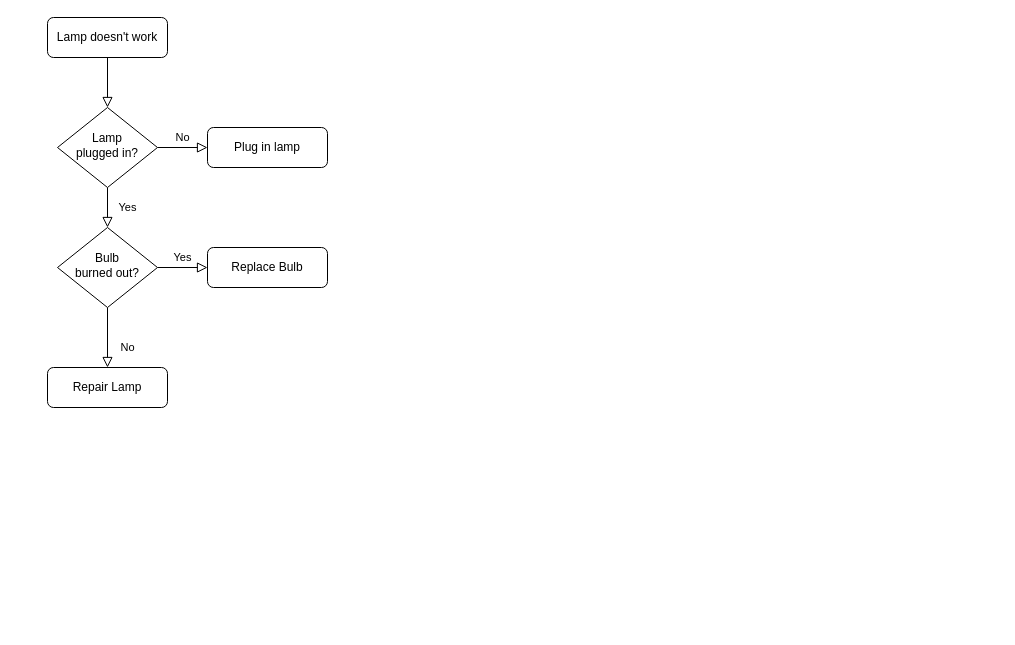
Earlier version of the draw.io diagram Donation flowchart.drawio (Nzioka6350/cancer-patients-donation). Source tidied: cells renumbered, new cells numbered last; positions are measured from the earlier drawing's top-left corner, leaving out a move shared by most shapes. Both pictures are drawn from the tidied source at 100%, with x=0, y=0 at pixel (47, 17).
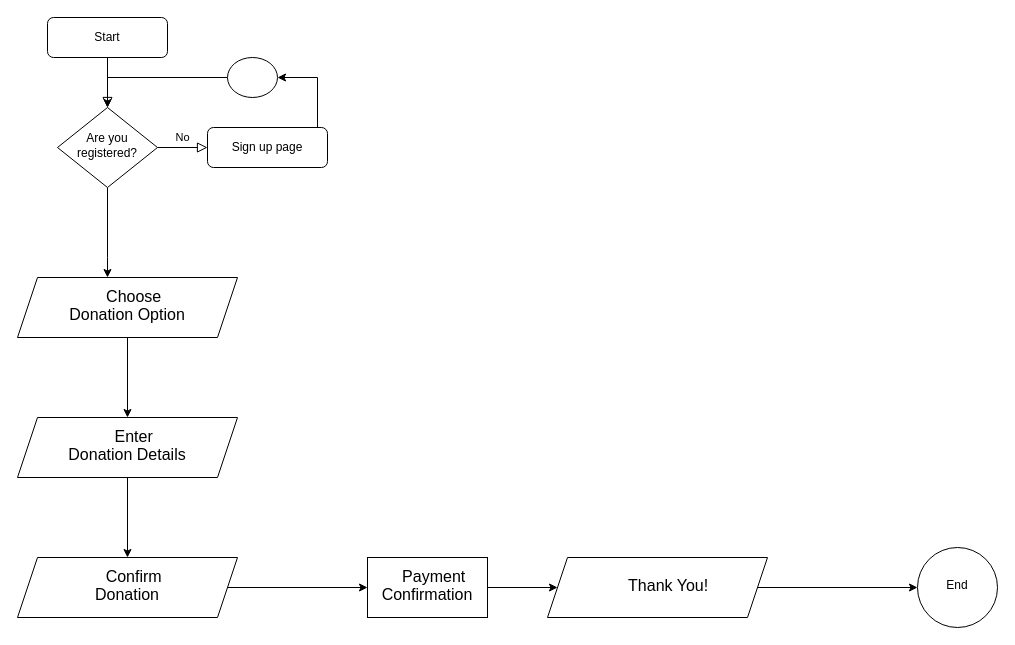
After the change.

Change to the diagram source:
```diff
@@
-    <mxCell id="3" value="Lamp doesn't work" style="rounded=1;whiteSpace=wrap;html=1;fontSize=12;glass=0;strokeWidth=1;shadow=0;" parent="1" vertex="1">
+    <mxCell id="3" value="Start" style="rounded=1;whiteSpace=wrap;html=1;fontSize=12;glass=0;strokeWidth=1;shadow=0;" parent="1" vertex="1">
       <mxGeometry width="120" height="40" as="geometry" />
     </mxCell>
-    <mxCell id="4" value="Yes" style="rounded=0;html=1;jettySize=auto;fontSize=11;endArrow=block;endFill=0;endSize=8;strokeWidth=1;shadow=0;labelBackgroundColor=none;edgeStyle=orthogonalEdgeStyle;" parent="1" edge="1" source="6" target="10">
-      <mxGeometry y="20" relative="1" as="geometry" />
-    </mxCell>
@@
+    <mxCell id="13" style="edgeStyle=orthogonalEdgeStyle;rounded=0;jettySize=auto;html=1;" parent="1" edge="1" source="6" target="18">
+      <mxGeometry relative="1" as="geometry">
+        <Array as="points">
+          <mxPoint x="60" y="240" />
+          <mxPoint x="60" y="240" />
+        </Array>
+      </mxGeometry>
+    </mxCell>
-    <mxCell id="6" value="Lamp&lt;br&gt;plugged in?" style="rhombus;whiteSpace=wrap;html=1;shadow=0;fontFamily=Helvetica;fontSize=12;align=center;strokeWidth=1;spacing=6;spacingTop=-4;" parent="1" vertex="1">
+    <mxCell id="6" value="Are you registered?" style="rhombus;whiteSpace=wrap;html=1;shadow=0;fontFamily=Helvetica;fontSize=12;align=center;strokeWidth=1;spacing=6;spacingTop=-4;" parent="1" vertex="1">
       <mxGeometry x="10" y="90" width="100" height="80" as="geometry" />
     </mxCell>
+    <mxCell id="14" style="edgeStyle=orthogonalEdgeStyle;rounded=0;jettySize=auto;html=1;entryX=1;entryY=0.5;entryDx=0;entryDy=0;" parent="1" edge="1" source="7" target="16">
+      <mxGeometry relative="1" as="geometry">
+        <Array as="points">
+          <mxPoint x="270" y="60" />
+        </Array>
+      </mxGeometry>
+    </mxCell>
-    <mxCell id="7" value="Plug in lamp" style="rounded=1;whiteSpace=wrap;html=1;fontSize=12;glass=0;strokeWidth=1;shadow=0;" parent="1" vertex="1">
+    <mxCell id="7" value="Sign up page" style="rounded=1;whiteSpace=wrap;html=1;fontSize=12;glass=0;strokeWidth=1;shadow=0;" parent="1" vertex="1">
       <mxGeometry x="160" y="110" width="120" height="40" as="geometry" />
     </mxCell>
-    <mxCell id="8" value="No" style="rounded=0;html=1;jettySize=auto;fontSize=11;endArrow=block;endFill=0;endSize=8;strokeWidth=1;shadow=0;labelBackgroundColor=none;edgeStyle=orthogonalEdgeStyle;" parent="1" edge="1" source="10" target="11">
-      <mxGeometry x="0.33" y="20" relative="1" as="geometry" />
-    </mxCell>
-    <mxCell id="9" value="Yes" style="edgeStyle=orthogonalEdgeStyle;rounded=0;html=1;jettySize=auto;fontSize=11;endArrow=block;endFill=0;endSize=8;strokeWidth=1;shadow=0;labelBackgroundColor=none;" parent="1" edge="1" source="10" target="12">
-      <mxGeometry y="10" relative="1" as="geometry" />
-    </mxCell>
-    <mxCell id="10" value="Bulb&lt;br&gt;burned out?" style="rhombus;whiteSpace=wrap;html=1;shadow=0;fontFamily=Helvetica;fontSize=12;align=center;strokeWidth=1;spacing=6;spacingTop=-4;" parent="1" vertex="1">
-      <mxGeometry x="10" y="210" width="100" height="80" as="geometry" />
-    </mxCell>
-    <mxCell id="11" value="Repair Lamp" style="rounded=1;whiteSpace=wrap;html=1;fontSize=12;glass=0;strokeWidth=1;shadow=0;" parent="1" vertex="1">
-      <mxGeometry y="350" width="120" height="40" as="geometry" />
-    </mxCell>
-    <mxCell id="12" value="Replace Bulb" style="rounded=1;whiteSpace=wrap;html=1;fontSize=12;glass=0;strokeWidth=1;shadow=0;" parent="1" vertex="1">
-      <mxGeometry x="160" y="230" width="120" height="40" as="geometry" />
-    </mxCell>
+    <mxCell id="15" style="edgeStyle=orthogonalEdgeStyle;rounded=0;jettySize=auto;html=1;" parent="1" edge="1" source="16" target="6">
+      <mxGeometry relative="1" as="geometry" />
+    </mxCell>
+    <mxCell id="16" style="ellipse;whiteSpace=wrap;html=1;rounded=1;glass=0;strokeWidth=1;shadow=0;" parent="1" vertex="1">
+      <mxGeometry x="180" y="40" width="50" height="40" as="geometry" />
+    </mxCell>
+    <mxCell id="17" style="edgeStyle=orthogonalEdgeStyle;rounded=0;jettySize=auto;html=1;" parent="1" edge="1" source="18" target="20">
+      <mxGeometry relative="1" as="geometry" />
+    </mxCell>
+    <mxCell id="18" value="&lt;p class=&quot;MsoNormal&quot;&gt;&lt;span style=&quot;font-size:12.0pt;line-height:107%;font-family:&lt;br/&gt;&amp;quot;Times New Roman&amp;quot;,serif&quot;&gt;&amp;nbsp; &amp;nbsp;Choose&lt;br/&gt;Donation Option&lt;/span&gt;&lt;/p&gt;" style="shape=parallelogram;perimeter=parallelogramPerimeter;whiteSpace=wrap;html=1;fixedSize=1;shadow=0;strokeWidth=1;spacing=6;spacingTop=-4;" parent="1" vertex="1">
+      <mxGeometry x="-30" y="260" width="220" height="60" as="geometry" />
+    </mxCell>
+    <mxCell id="19" style="edgeStyle=orthogonalEdgeStyle;rounded=0;jettySize=auto;html=1;" parent="1" edge="1" source="20" target="22">
+      <mxGeometry relative="1" as="geometry" />
+    </mxCell>
+    <mxCell id="20" value="&lt;p class=&quot;MsoNormal&quot;&gt;&lt;span style=&quot;font-size:12.0pt;line-height:107%;font-family:&lt;br/&gt;&amp;quot;Times New Roman&amp;quot;,serif&quot;&gt;&amp;nbsp; &amp;nbsp;Enter&lt;br/&gt;Donation Details&lt;/span&gt;&lt;/p&gt;" style="shape=parallelogram;perimeter=parallelogramPerimeter;whiteSpace=wrap;html=1;fixedSize=1;shadow=0;strokeWidth=1;spacing=6;spacingTop=-4;" parent="1" vertex="1">
+      <mxGeometry x="-30" y="400" width="220" height="60" as="geometry" />
+    </mxCell>
+    <mxCell id="21" style="edgeStyle=orthogonalEdgeStyle;rounded=0;jettySize=auto;html=1;" parent="1" edge="1" source="22" target="24">
+      <mxGeometry relative="1" as="geometry" />
+    </mxCell>
+    <mxCell id="22" value="&lt;p class=&quot;MsoNormal&quot;&gt;&lt;span style=&quot;font-size:12.0pt;line-height:107%;font-family:&lt;br/&gt;&amp;quot;Times New Roman&amp;quot;,serif&quot;&gt;&amp;nbsp; &amp;nbsp;Confirm&lt;br/&gt;Donation&lt;/span&gt;&lt;/p&gt;" style="shape=parallelogram;perimeter=parallelogramPerimeter;whiteSpace=wrap;html=1;fixedSize=1;shadow=0;strokeWidth=1;spacing=6;spacingTop=-4;" parent="1" vertex="1">
+      <mxGeometry x="-30" y="540" width="220" height="60" as="geometry" />
+    </mxCell>
+    <mxCell id="23" style="edgeStyle=orthogonalEdgeStyle;rounded=0;jettySize=auto;html=1;" parent="1" edge="1" source="24" target="26">
+      <mxGeometry relative="1" as="geometry" />
+    </mxCell>
+    <mxCell id="24" value="&lt;p class=&quot;MsoNormal&quot;&gt;&lt;span style=&quot;font-size:12.0pt;line-height:107%;font-family:&lt;br/&gt;&amp;quot;Times New Roman&amp;quot;,serif&quot;&gt;&amp;nbsp; &amp;nbsp;Payment&lt;br/&gt;Confirmation&lt;/span&gt;&lt;/p&gt;" style="whiteSpace=wrap;html=1;shadow=0;strokeWidth=1;spacing=6;spacingTop=-4;" parent="1" vertex="1">
+      <mxGeometry x="320" y="540" width="120" height="60" as="geometry" />
+    </mxCell>
+    <mxCell id="25" style="edgeStyle=orthogonalEdgeStyle;rounded=0;jettySize=auto;html=1;" parent="1" edge="1" source="26" target="27">
+      <mxGeometry relative="1" as="geometry" />
+    </mxCell>
+    <mxCell id="26" value="&lt;p class=&quot;MsoNormal&quot;&gt;&lt;span style=&quot;font-size:12.0pt;line-height:107%;font-family:&lt;br/&gt;&amp;quot;Times New Roman&amp;quot;,serif&quot;&gt;&amp;nbsp; &amp;nbsp; &amp;nbsp;Thank You!&lt;/span&gt;&lt;/p&gt;" style="shape=parallelogram;perimeter=parallelogramPerimeter;whiteSpace=wrap;html=1;fixedSize=1;shadow=0;strokeWidth=1;spacing=6;spacingTop=-4;" parent="1" vertex="1">
+      <mxGeometry x="500" y="540" width="220" height="60" as="geometry" />
+    </mxCell>
+    <mxCell id="27" value="End" style="ellipse;whiteSpace=wrap;html=1;shadow=0;strokeWidth=1;spacing=6;spacingTop=-4;" parent="1" vertex="1">
+      <mxGeometry x="870" y="530" width="80" height="80" as="geometry" />
+    </mxCell>
```
